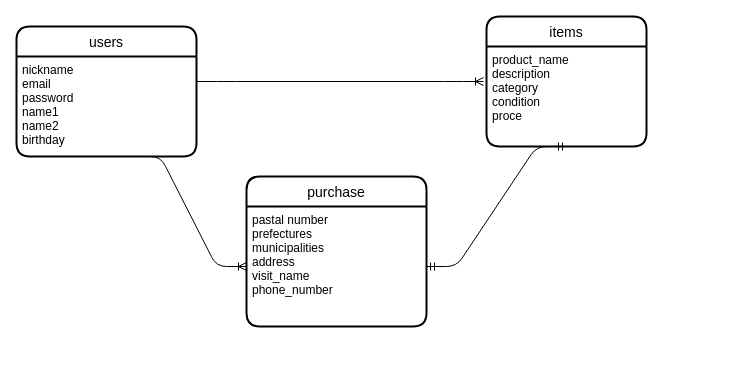
This is furima.dio from himena0214/furima-32835, a draw.io file, before an edit. Source tidied: cells renumbered, new cells numbered last; positions are measured from the earlier drawing's top-left corner, leaving out a move shared by most shapes. Both pictures are drawn from the tidied source at 100%, with x=0, y=0 at pixel (16, 16).
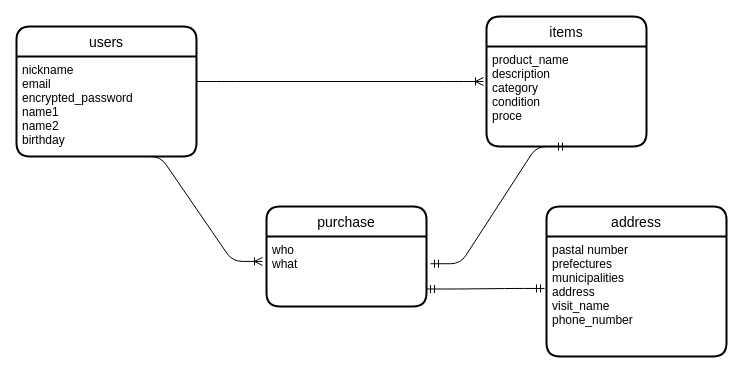
After the change.

Commit message (it also covers changes not shown here):
データベース設計4

Diff of the diagram source:
```diff
@@
 <mxGraphModel>
   <root>
     <mxCell id="0" />
     <mxCell id="1" parent="0" />
     <mxCell id="2" value="users" style="swimlane;horizontal=1;startSize=30;rounded=1;fontSize=14;fontStyle=0;strokeWidth=2;shadow=0;dashed=0;align=center;sketch=0;" parent="1" vertex="1">
       <mxGeometry y="10" width="180" height="130" as="geometry" />
     </mxCell>
-    <mxCell id="3" value="nickname&#10;email&#10;password&#10;name1&#10;name2&#10;birthday&#10;&#10;&#10;" style="align=left;strokeColor=none;fillColor=none;spacingLeft=4;fontSize=12;verticalAlign=top;" parent="2" vertex="1">
+    <mxCell id="3" value="nickname&#10;email&#10;encrypted_password&#10;name1&#10;name2&#10;birthday&#10;&#10;&#10;" style="align=left;strokeColor=none;fillColor=none;spacingLeft=4;fontSize=12;verticalAlign=top;" parent="2" vertex="1">
       <mxGeometry y="30" width="180" height="100" as="geometry" />
     </mxCell>
     <mxCell id="4" value="items" style="swimlane;horizontal=1;startSize=30;rounded=1;fontSize=14;fontStyle=0;strokeWidth=2;shadow=0;dashed=0;align=center;sketch=0;" parent="1" vertex="1">
       <mxGeometry x="470" width="160" height="130" as="geometry" />
     </mxCell>
     <mxCell id="5" value="product_name&#10;description&#10;category&#10;condition&#10;proce&#10;&#10;&#10;" style="align=left;strokeColor=none;fillColor=none;spacingLeft=4;fontSize=12;verticalAlign=top;" parent="4" vertex="1">
       <mxGeometry y="30" width="160" height="100" as="geometry" />
     </mxCell>
-    <mxCell id="6" value="purchase" style="swimlane;horizontal=1;startSize=30;rounded=1;fontSize=14;fontStyle=0;strokeWidth=2;shadow=0;dashed=0;align=center;sketch=0;" parent="1" vertex="1">
-      <mxGeometry x="230" y="160" width="180" height="150" as="geometry" />
+    <mxCell id="6" value="address" style="swimlane;horizontal=1;startSize=30;rounded=1;fontSize=14;fontStyle=0;strokeWidth=2;shadow=0;dashed=0;align=center;sketch=0;" parent="1" vertex="1">
+      <mxGeometry x="530" y="190" width="180" height="150" as="geometry" />
     </mxCell>
     <mxCell id="7" value="pastal number&#10;prefectures&#10;municipalities&#10;address&#10;visit_name&#10;phone_number" style="align=left;strokeColor=none;fillColor=none;spacingLeft=4;fontSize=12;verticalAlign=top;" parent="6" vertex="1">
       <mxGeometry y="30" width="180" height="120" as="geometry" />
     </mxCell>
     <mxCell id="8" style="edgeStyle=entityRelationEdgeStyle;fontSize=12;html=1;endArrow=ERoneToMany;exitX=1;exitY=0.25;exitDx=0;exitDy=0;" parent="1" edge="1" source="3">
       <mxGeometry relative="1" as="geometry">
         <mxPoint x="467" y="65" as="targetPoint" />
       </mxGeometry>
     </mxCell>
-    <mxCell id="9" style="edgeStyle=entityRelationEdgeStyle;fontSize=12;html=1;endArrow=ERoneToMany;" parent="1" edge="1" target="7">
+    <mxCell id="9" style="edgeStyle=entityRelationEdgeStyle;fontSize=12;html=1;endArrow=ERoneToMany;entryX=-0.025;entryY=0.356;entryDx=0;entryDy=0;entryPerimeter=0;" parent="1" edge="1" target="12">
       <mxGeometry relative="1" as="geometry">
         <mxPoint x="114" y="140" as="sourcePoint" />
       </mxGeometry>
     </mxCell>
-    <mxCell id="10" style="edgeStyle=entityRelationEdgeStyle;fontSize=12;html=1;endArrow=ERmandOne;startArrow=ERmandOne;exitX=1;exitY=0.5;exitDx=0;exitDy=0;entryX=0.5;entryY=1;entryDx=0;entryDy=0;" parent="1" edge="1" source="7" target="5">
+    <mxCell id="10" style="edgeStyle=entityRelationEdgeStyle;fontSize=12;html=1;endArrow=ERmandOne;startArrow=ERmandOne;exitX=1.025;exitY=0.389;exitDx=0;exitDy=0;entryX=0.5;entryY=1;entryDx=0;entryDy=0;exitPerimeter=0;" parent="1" edge="1" source="12" target="5">
       <mxGeometry relative="1" as="geometry" />
     </mxCell>
+    <mxCell id="11" value="purchase" style="swimlane;horizontal=1;startSize=30;rounded=1;fontSize=14;fontStyle=0;strokeWidth=2;shadow=0;dashed=0;align=center;sketch=0;" parent="1" vertex="1">
+      <mxGeometry x="250" y="190" width="160" height="100" as="geometry" />
+    </mxCell>
+    <mxCell id="12" value="who&#10;what" style="align=left;strokeColor=none;fillColor=none;spacingLeft=4;fontSize=12;verticalAlign=top;" parent="11" vertex="1">
+      <mxGeometry y="30" width="160" height="70" as="geometry" />
+    </mxCell>
+    <mxCell id="13" style="edgeStyle=entityRelationEdgeStyle;fontSize=12;html=1;endArrow=ERmandOne;startArrow=ERmandOne;exitX=1;exitY=0.75;exitDx=0;exitDy=0;entryX=-0.011;entryY=0.433;entryDx=0;entryDy=0;entryPerimeter=0;" parent="1" edge="1" source="12" target="7">
+      <mxGeometry relative="1" as="geometry" />
+    </mxCell>
   </root>
 </mxGraphModel>
```
